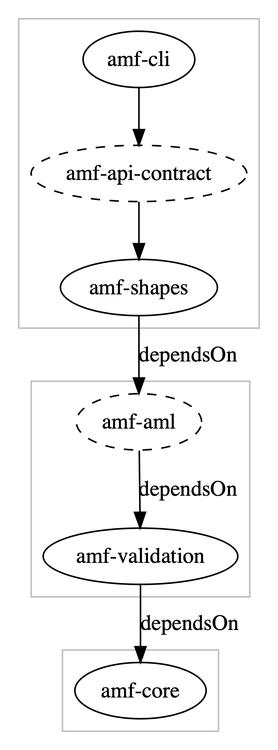
The Graphviz diagram amf-ecosystem-modules.png in aml-org/amf, before a commit. Its source is kept beside it as amf-ecosystem-modules.dot.
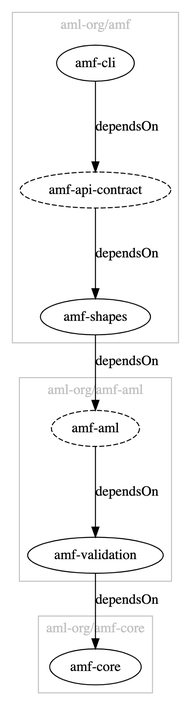
The same diagram one commit later.

Change to the diagram source:
```diff
@@ -1,14 +1,17 @@
 
 digraph G {
-    graph [ dpi = 300 ];
     # modules
     subgraph cluster_0 {
         "amf-cli"
 	    "amf-api-contract" [style=dashed]
 	    "amf-shapes"
 	    color=gray
+	    label="aml-org/amf"
+        fontcolor=gray
     }
     subgraph cluster_1 {
+        label="aml-org/amf-aml"
+        fontcolor=gray
     	"amf-aml" [style=dashed]
 	    "amf-validation"
 	    color=gray
@@ -17,9 +20,10 @@
     subgraph cluster_2 {
 	    "amf-core"
 	    color=gray
+	    label="aml-org/amf-core"
+        fontcolor=gray
     }
 
 	# dependencies
-	"amf-cli" -> "amf-api-contract" -> "amf-shapes"
-	"amf-shapes" -> "amf-aml" -> "amf-validation" -> "amf-core" [label="dependsOn"]
+	"amf-cli" -> "amf-api-contract" -> "amf-shapes" -> "amf-aml" -> "amf-validation" -> "amf-core" [label="dependsOn"]
 }
```
